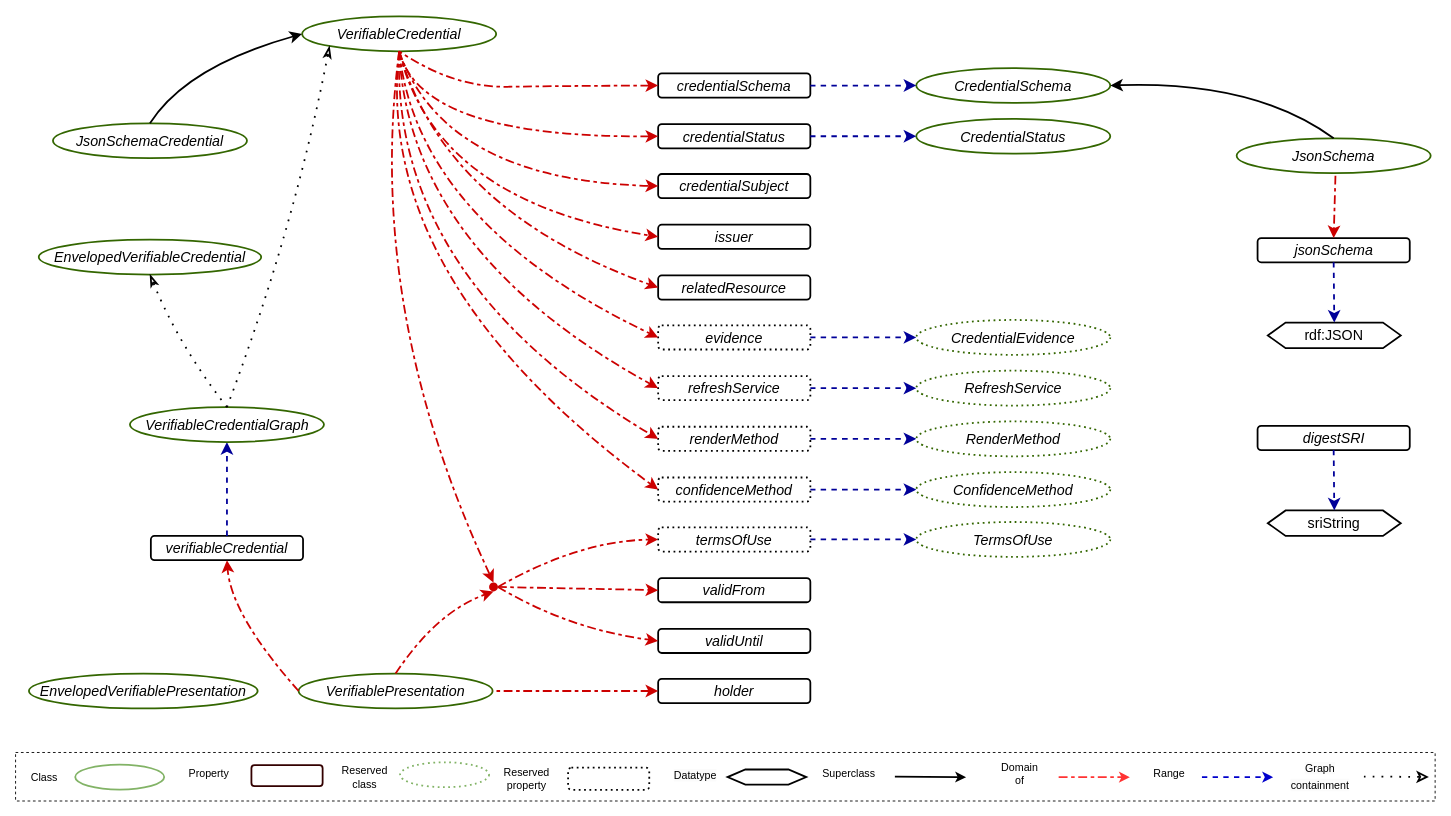
Earlier version of the draw.io diagram vocab/credentials/v2/vocabulary.drawio (w3c/vc-data-model). Source tidied: cells renumbered, new cells numbered last; positions are measured from the earlier drawing's top-left corner, leaving out a move shared by most shapes. Both pictures are drawn from the tidied source at 89%, with x=0, y=0 at pixel (15, 16).
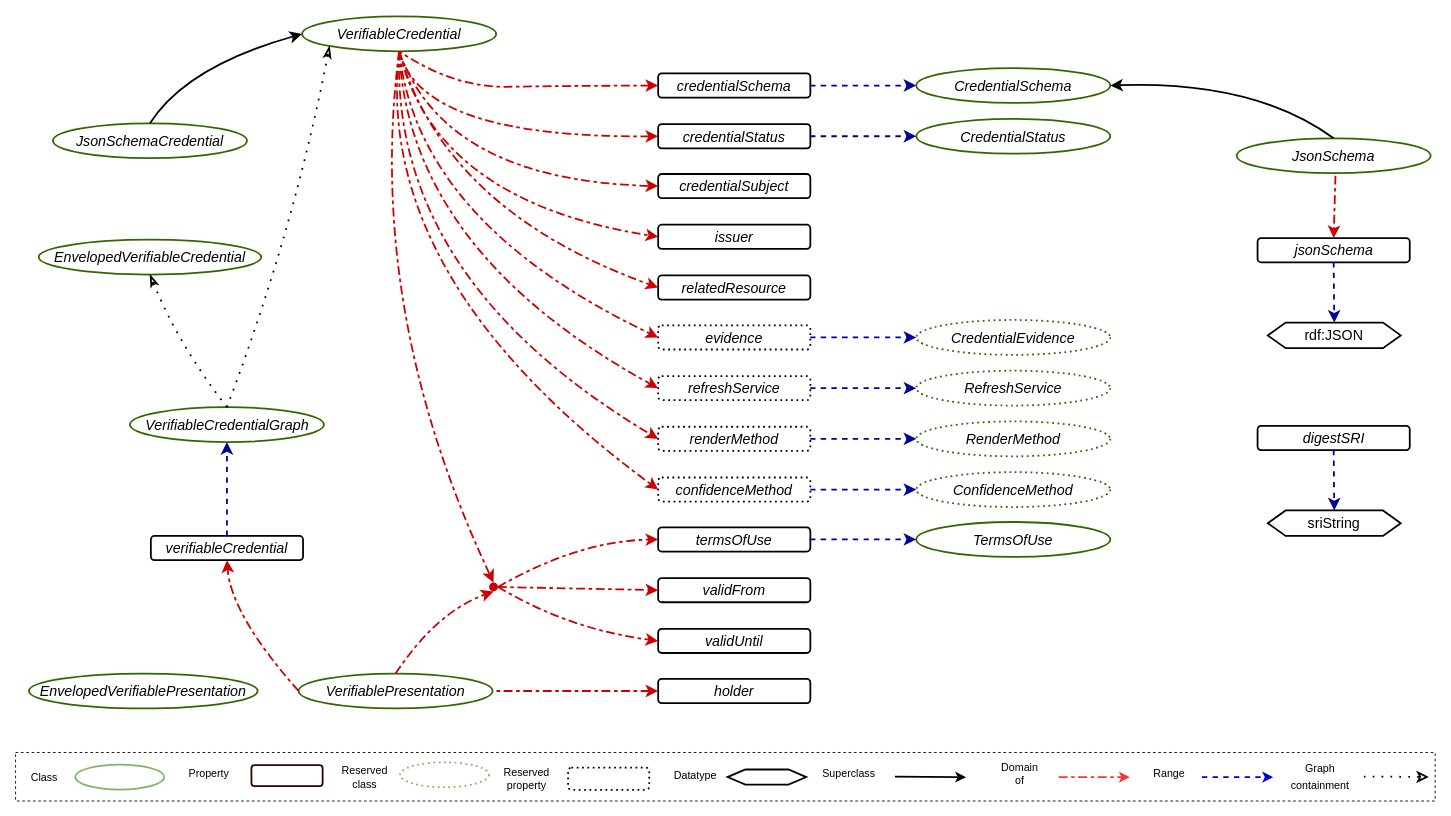
After the change.

Commit message (it also covers changes not shown here):
vocabulary change: termsOfUse no longer reserved

The edit, as a diff of the source:
```diff
@@
-    <mxCell id="20" value="&lt;i&gt;&lt;font color=&quot;#000000&quot;&gt;termsOfUse&lt;/font&gt;&lt;/i&gt;" style="rounded=1;whiteSpace=wrap;html=1;fontSize=16;fillColor=none;strokeWidth=2;dashed=1;dashPattern=1 2;" parent="1" vertex="1">
+    <mxCell id="20" value="&lt;i&gt;&lt;font color=&quot;#000000&quot;&gt;termsOfUse&lt;/font&gt;&lt;/i&gt;" style="rounded=1;whiteSpace=wrap;html=1;fontSize=16;fillColor=none;strokeWidth=2;" parent="1" vertex="1">
       <mxGeometry x="722" y="574" width="171" height="27.2" as="geometry" />
     </mxCell>
@@
-    <mxCell id="43" value="&lt;i&gt;&lt;font color=&quot;#000000&quot;&gt;TermsOfUse&lt;/font&gt;&lt;/i&gt;" style="ellipse;whiteSpace=wrap;html=1;fontSize=16;fillColor=none;strokeWidth=2;strokeColor=#336600;dashed=1;dashPattern=1 2;" parent="1" vertex="1">
+    <mxCell id="43" value="&lt;i&gt;&lt;font color=&quot;#000000&quot;&gt;TermsOfUse&lt;/font&gt;&lt;/i&gt;" style="ellipse;whiteSpace=wrap;html=1;fontSize=16;fillColor=none;strokeWidth=2;strokeColor=#336600;" parent="1" vertex="1">
       <mxGeometry x="1012" y="568" width="218" height="39.2" as="geometry" />
     </mxCell>
```
